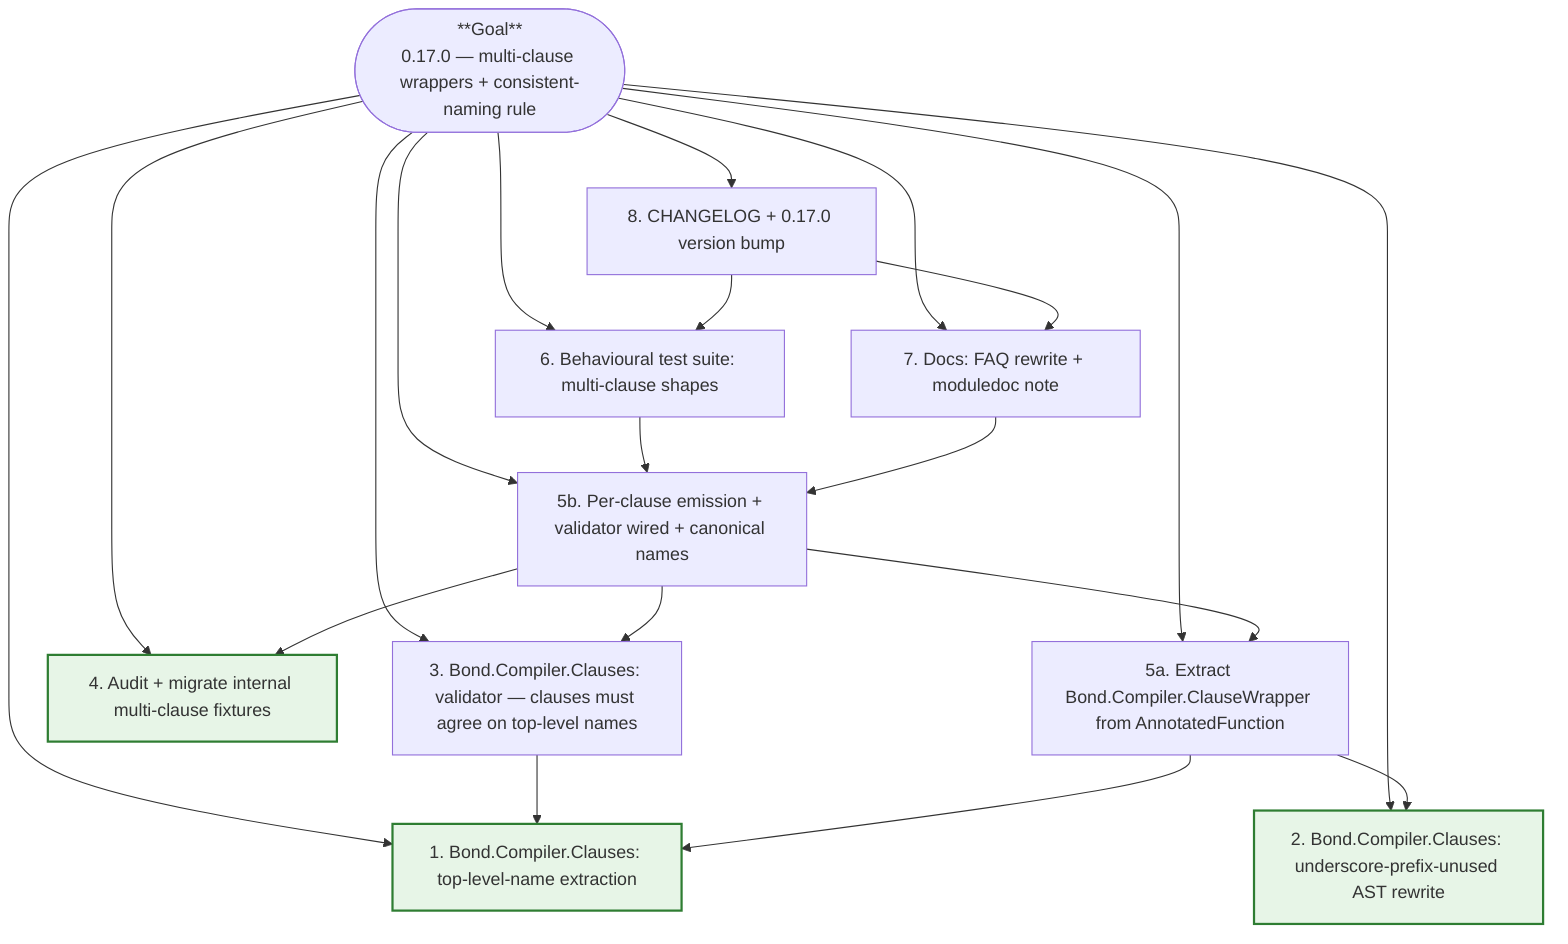
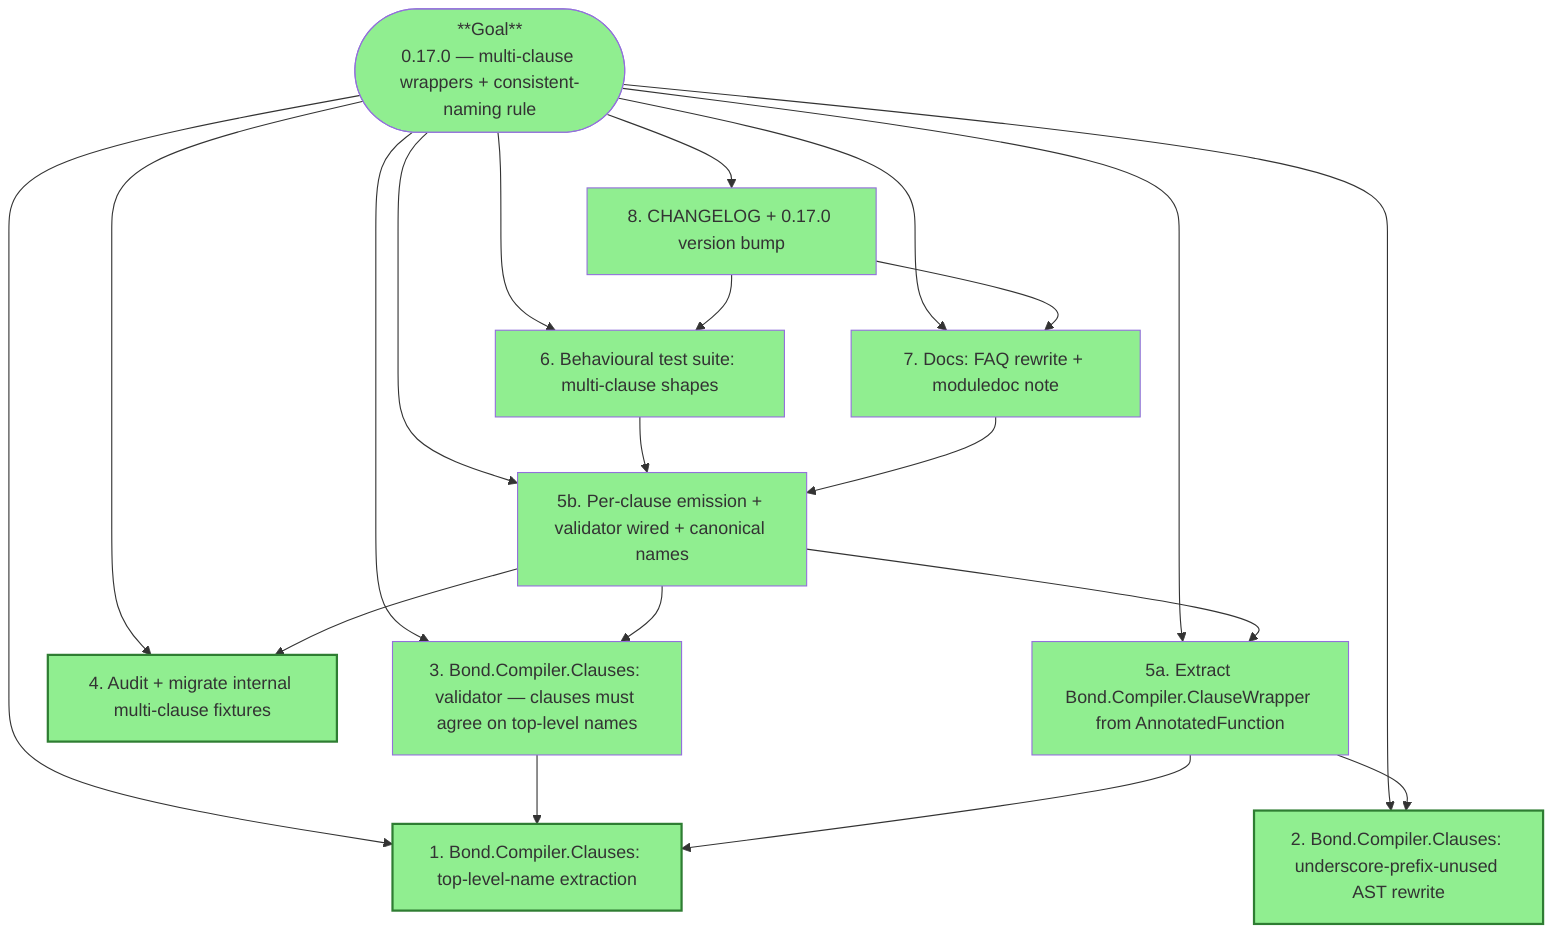
flowchart TD
%% Mikado graph for 0.17.0 — multi-clause wrapper redesign (Option B-ii).

%% Arrows point from a goal to its prerequisites. Leaves (green) have no
%% further prerequisites and are safe to start with. Depth-first per Mikado:
%% pick a leaf, finish it, commit, repeat.

%% Problem (#2 + #3 from Photon dogfood):
%%   Bond currently emits a single override clause whose head is the first
%%   body clause's params verbatim. For multi-clause functions with heterogeneous
%%   shapes, callers using a non-first-clause shape hit FunctionClauseError from
%%   inside Bond's generated code. The first clause's destructure pattern is
%%   also duplicated in the wrapper head, leading to "unused variable" warnings
%%   (10+ in some Photon functions).

%% Design (Option B-ii — uniform contracts, consistent names required):
%%   1. Each user clause gets its OWN wrapper clause with the user's pattern
%%      preserved (so Elixir's natural multi-clause dispatch survives).
%%   2. Bond emits ONE set of lifted pre/post/invariant defps per function.
%%      Their heads use the canonical top-level names — the user-bound name at
%%      each positional argument's outer level, agreed across all clauses.
%%   3. A compile-time validator enforces that all clauses agree on top-level
%%      names. Disagreement → CompileError pointing at the canonical fix
%%      (rename to use consistent names) and a forward link to the
%%      "per-clause contracts may come in a future Bond release" door.
%%   4. Each wrapper's pattern is rewritten to underscore-prefix any bound name
%%      that the wrapper body and the contracts don't reference — silences the
%%      destructure-in-head unused-variable warnings (#3).

%% Single-clause / multi-clause asymmetry:
%%   - Single-clause functions: lifted defp keeps the user's pattern verbatim.
%%     Contracts can reference destructured names from the head (the
%%     concurrency-guide's `current_count` keeps working).
%%   - Multi-clause functions: lifted defp uses canonical top-level names only.
%%     Contracts can only reference those. Shape-dependent assertions use the
%%     `~>` implication operator (documented in 0.16.2 S5).

%% Audit notes (informed scope, not exhaustive):
%%   - BondTest.InvariantSmoke.try_new/1 has a wildcard second clause —
%%     `def try_new(_), do: {:error, :invalid_capacity}` — which won't agree
%%     with clause 1's `capacity` top-level name. S4 renames the wildcard to
%%     `_capacity`.
%%   - Other multi-clause fixtures TBD; the audit step grep-verifies.

%% New module: `Bond.Compiler.Clauses`
%%   Holds top-level-name extraction, clause-agreement validator, and the
%%   underscore-prefix AST rewrite. Keeps `AnnotatedFunction` small per the
%%   compile-order gotcha memory.

%% New module: `Bond.Compiler.ClauseWrapper`
%%   Per-clause wrapper builder. S5a extracts the existing single-wrapper
%%   logic from `AnnotatedFunction` into this module unchanged; S5b switches
%%   `AnnotatedFunction` to iterate clauses and call `ClauseWrapper.build`
%%   for each. Separation keeps the FSM's hot path (`AnnotatedFunction.new/1`)
%%   on a smaller module.

%% Deferred to a future release (probably 0.18+ if real evidence demands):
%%   - Per-clause contracts (Option B-iii). Discussed at length; ship B-ii
%%     first, see if the consistent-naming refactor actually bites in practice.

    G(["**Goal**<br/>0.17.0 — multi-clause wrappers + consistent-naming rule"])

    G --> S1[1. Bond.Compiler.Clauses: top-level-name extraction]
    G --> S2[2. Bond.Compiler.Clauses: underscore-prefix-unused AST rewrite]
    G --> S3[3. Bond.Compiler.Clauses: validator — clauses must agree on top-level names]
    G --> S4[4. Audit + migrate internal multi-clause fixtures]
    G --> S5a[5a. Extract Bond.Compiler.ClauseWrapper from AnnotatedFunction]
    G --> S5b[5b. Per-clause emission + validator wired + canonical names]
    G --> S6[6. Behavioural test suite: multi-clause shapes]
    G --> S7[7. Docs: FAQ rewrite + moduledoc note]
    G --> S8[8. CHANGELOG + 0.17.0 version bump]

    S3 --> S1
    S5a --> S1
    S5a --> S2
    S5b --> S3
    S5b --> S4
    S5b --> S5a
    S6 --> S5b
    S7 --> S5b
    S8 --> S6
    S8 --> S7

    classDef leaf fill:#e7f5e7,stroke:#2e7d32,stroke-width:2px;
    class S1,S2,S4 leaf;
+ 
+     style G fill:#90EE90
+     style S1 fill:#90EE90
+     style S2 fill:#90EE90
+     style S3 fill:#90EE90
+     style S4 fill:#90EE90
+     style S5a fill:#90EE90
+     style S5b fill:#90EE90
+     style S6 fill:#90EE90
+     style S7 fill:#90EE90
+     style S8 fill:#90EE90
